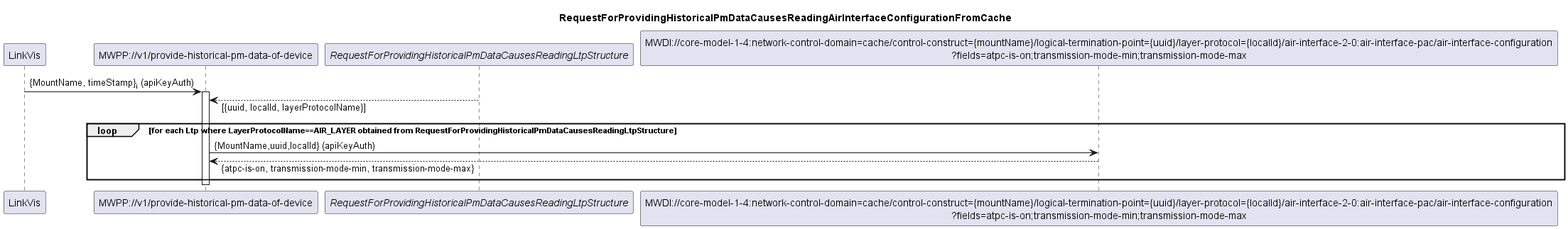
Above: spec/diagrams/003_ReadingAirInterfaceConfigurationFromCache.png in openBackhaul/MicroWavePerformanceProxy (PlantUML), before the change.
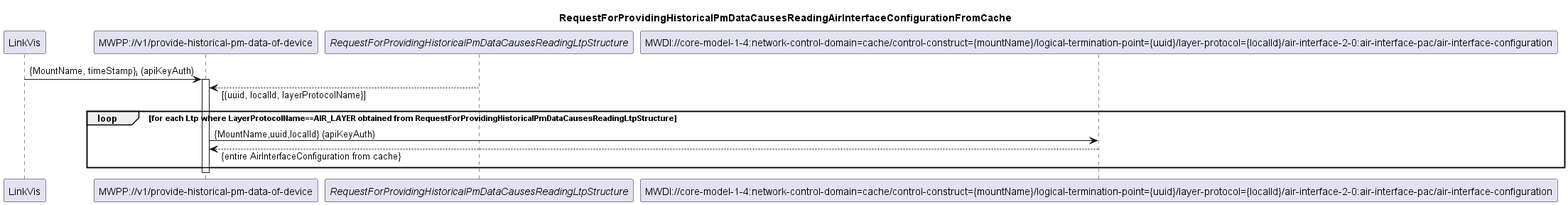
After the commit.

Commit message:
Remove fieldsFilter for AirInterfaceConfig

What changed in the source:
```diff
@@ -8,7 +8,7 @@
 participant "LinkVis" as LinkVis
 participant "MWPP://v1/provide-historical-pm-data-of-device" as MWPP
 participant "<i>RequestForProvidingHistoricalPmDataCausesReadingLtpStructure</i>" as LTPs
-participant "MWDI://core-model-1-4:network-control-domain=cache/control-construct={mountName}/logical-termination-point={uuid}/layer-protocol={localId}/air-interface-2-0:air-interface-pac/air-interface-configuration\n?fields=atpc-is-on;transmission-mode-min;transmission-mode-max" as AirInterfaceConfig
+participant "MWDI://core-model-1-4:network-control-domain=cache/control-construct={mountName}/logical-termination-point={uuid}/layer-protocol={localId}/air-interface-2-0:air-interface-pac/air-interface-configuration" as AirInterfaceConfig
 
 LinkVis -> MWPP: {MountName, timeStamp}<sub>i</sub> (apiKeyAuth)
 activate MWPP
@@ -16,7 +16,7 @@
 
 loop for each Ltp where LayerProtocolName==AIR_LAYER obtained from RequestForProvidingHistoricalPmDataCausesReadingLtpStructure
     MWPP -> AirInterfaceConfig: {MountName,uuid,localId} (apiKeyAuth)
-    AirInterfaceConfig --> MWPP: {atpc-is-on, transmission-mode-min, transmission-mode-max}
+    AirInterfaceConfig --> MWPP: {entire AirInterfaceConfiguration from cache}
 end
 deactivate MWPP
 
```
